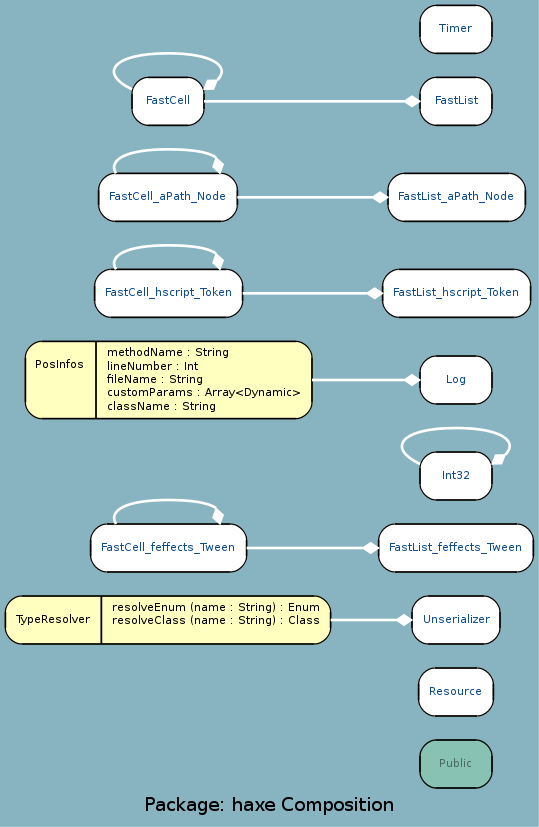
Earlier version of the Graphviz export docs/uml/haxe_C.png (google-code-export/haxegui). Its source is kept beside it as docs/uml/haxe_C.dot.
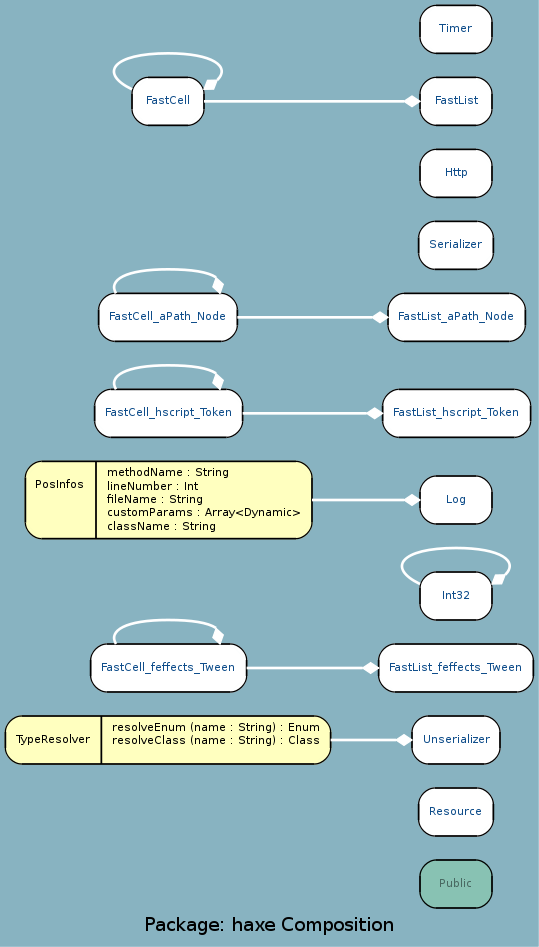
After the change.

Change to the diagram source:
```diff
@@ -3,7 +3,7 @@
 	node [label="\N", fontname="DejaVu Sans Condenesed", fontsize=8, shape=record, color=black, fontcolor=black];
 	edge [fontname="DejaVu Sans Condenesed", fontsize=8, color=black, fontcolor=black];
 	graph [lp="198,12",
-		bb="0,0,396,612"];
+		bb="0,0,396,702"];
 	"haxe.Public" [label="{\nPublic}", fontcolor="#496962", style="rounded,filled", fillcolor="#88c2b3", URL="../types/haxe/Public.html", tooltip="\nPublic", pos="338,43", rects="311,25,365,61", width="0.75", height="0.50"];
 	"haxe.Resource" [label="{\nResource}", fontcolor="#104E8B", style="rounded,filled", fillcolor=white, URL="../types/haxe/Resource.html", tooltip="\nResource", pos="338,97", rects="310,79,366,115", width="0.78", height="0.50"];
 	"haxe.Unserializer" [label="{\nUnserializer}", fontcolor="#104E8B", style="rounded,filled", fillcolor=white, URL="../types/haxe/Unserializer.html", tooltip="\nUnserializer", pos="338,151", rects="305,133,371,169", width="0.92", height="0.50"];
@@ -17,9 +17,11 @@
 	"haxe.FastList_aPath_Node" [label="{\nFastList_aPath_Node}", fontcolor="#104E8B", style="rounded,filled", fillcolor=white, URL="../types/haxe/FastList_aPath_Node.html", tooltip="\nFastList_aPath_Node", pos="338,468", rects="287,450,390,486", width="1.42", height="0.50"];
 	"haxe.FastList_feffects_Tween" [label="{\nFastList_feffects_Tween}", fontcolor="#104E8B", style="rounded,filled", fillcolor=white, URL="../types/haxe/FastList_feffects_Tween.html", tooltip="\nFastList_feffects_Tween", pos="338,205", rects="280,187,396,223", width="1.61", height="0.50"];
 	"haxe.Log" [label="{\nLog}", fontcolor="#104E8B", style="rounded,filled", fillcolor=white, URL="../types/haxe/Log.html", tooltip="\nLog", pos="338,331", rects="311,313,365,349", width="0.75", height="0.50"];
-	"haxe.FastCell" [label="{\nFastCell}", fontcolor="#104E8B", style="rounded,filled", fillcolor=white, URL="../types/haxe/FastCell.html", tooltip="\nFastCell", pos="122,540", rects="95,522,149,558", width="0.75", height="0.50"];
-	"haxe.FastList" [label="{\nFastList}", fontcolor="#104E8B", style="rounded,filled", fillcolor=white, URL="../types/haxe/FastList.html", tooltip="\nFastList", pos="338,540", rects="311,522,365,558", width="0.75", height="0.50"];
-	"haxe.Timer" [label="{\nTimer}", fontcolor="#104E8B", style="rounded,filled", fillcolor=white, URL="../types/haxe/Timer.html", tooltip="\nTimer", pos="338,594", rects="311,576,365,612", width="0.75", height="0.50"];
+	"haxe.Serializer" [label="{\nSerializer}", fontcolor="#104E8B", style="rounded,filled", fillcolor=white, URL="../types/haxe/Serializer.html", tooltip="\nSerializer", pos="338,522", rects="310,504,366,540", width="0.78", height="0.50"];
+	"haxe.Http" [label="{\nHttp}", fontcolor="#104E8B", style="rounded,filled", fillcolor=white, URL="../types/haxe/Http.html", tooltip="\nHttp", pos="338,576", rects="311,558,365,594", width="0.75", height="0.50"];
+	"haxe.FastCell" [label="{\nFastCell}", fontcolor="#104E8B", style="rounded,filled", fillcolor=white, URL="../types/haxe/FastCell.html", tooltip="\nFastCell", pos="122,630", rects="95,612,149,648", width="0.75", height="0.50"];
+	"haxe.FastList" [label="{\nFastList}", fontcolor="#104E8B", style="rounded,filled", fillcolor=white, URL="../types/haxe/FastList.html", tooltip="\nFastList", pos="338,630", rects="311,612,365,648", width="0.75", height="0.50"];
+	"haxe.Timer" [label="{\nTimer}", fontcolor="#104E8B", style="rounded,filled", fillcolor=white, URL="../types/haxe/Timer.html", tooltip="\nTimer", pos="338,684", rects="311,666,365,702", width="0.75", height="0.50"];
 	"haxe.Unserializer" -> "haxe.TypeResolver" [color=white, style=bold, arrowhead=none, arrowtail=diamond, arrowsize=1, pos="s,305,151 293,151 278,151 261,151 244,151"];
 	"haxe.FastCell_feffects_Tween" -> "haxe.FastCell_feffects_Tween" [color=white, style=bold, arrowhead=none, arrowtail=diamond, arrowsize=1, pos="s,161,223 158,235 152,239 140,241 122,241 90,241 77,233 83,223"];
 	"haxe.Int32" -> "haxe.Int32" [color=white, style=bold, arrowhead=none, arrowtail=diamond, arrowsize=1, pos="s,365,268 375,275 385,285 372,295 338,295 296,295 286,280 311,268"];
@@ -29,6 +31,6 @@
 	"haxe.FastCell_hscript_Token" -> "haxe.FastCell_hscript_Token" [color=white, style=bold, arrowhead=none, arrowtail=diamond, arrowsize=1, pos="s,161,414 158,426 152,430 140,432 122,432 90,432 77,424 83,414"];
 	"haxe.FastList_feffects_Tween" -> "haxe.FastCell_feffects_Tween" [color=white, style=bold, arrowhead=none, arrowtail=diamond, arrowsize=1, pos="s,280,205 268,205 240,205 208,205 181,205"];
 	"haxe.Log" -> "haxe.PosInfos" [color=white, style=bold, arrowhead=none, arrowtail=diamond, arrowsize=1, pos="s,311,331 299,331 279,331 255,331 230,331"];
-	"haxe.FastCell" -> "haxe.FastCell" [color=white, style=bold, arrowhead=none, arrowtail=diamond, arrowsize=1, pos="s,149,549 159,556 169,566 156,576 122,576 80,576 70,561 95,549"];
-	"haxe.FastList" -> "haxe.FastCell" [color=white, style=bold, arrowhead=none, arrowtail=diamond, arrowsize=1, pos="s,311,540 299,540 256,540 187,540 149,540"];
+	"haxe.FastCell" -> "haxe.FastCell" [color=white, style=bold, arrowhead=none, arrowtail=diamond, arrowsize=1, pos="s,149,639 159,646 169,656 156,666 122,666 80,666 70,651 95,639"];
+	"haxe.FastList" -> "haxe.FastCell" [color=white, style=bold, arrowhead=none, arrowtail=diamond, arrowsize=1, pos="s,311,630 299,630 256,630 187,630 149,630"];
 }
```
